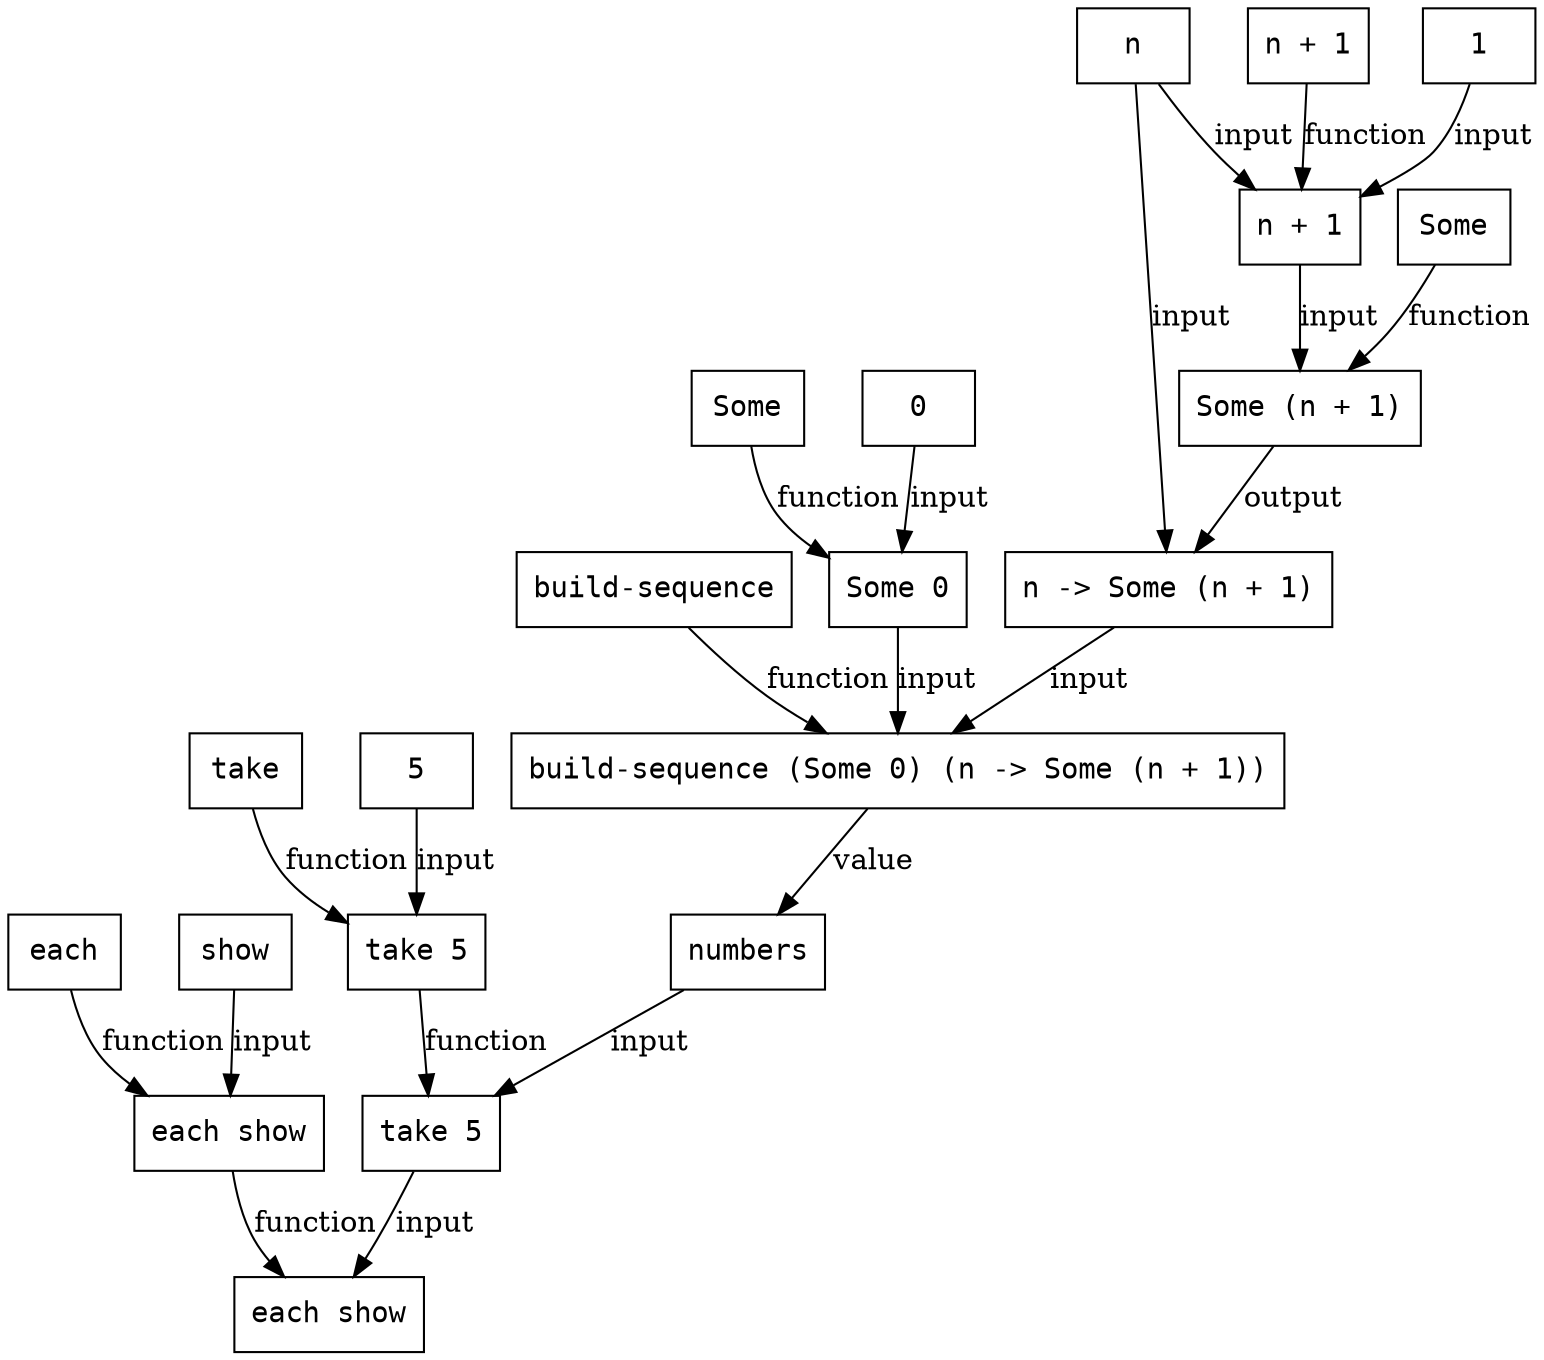
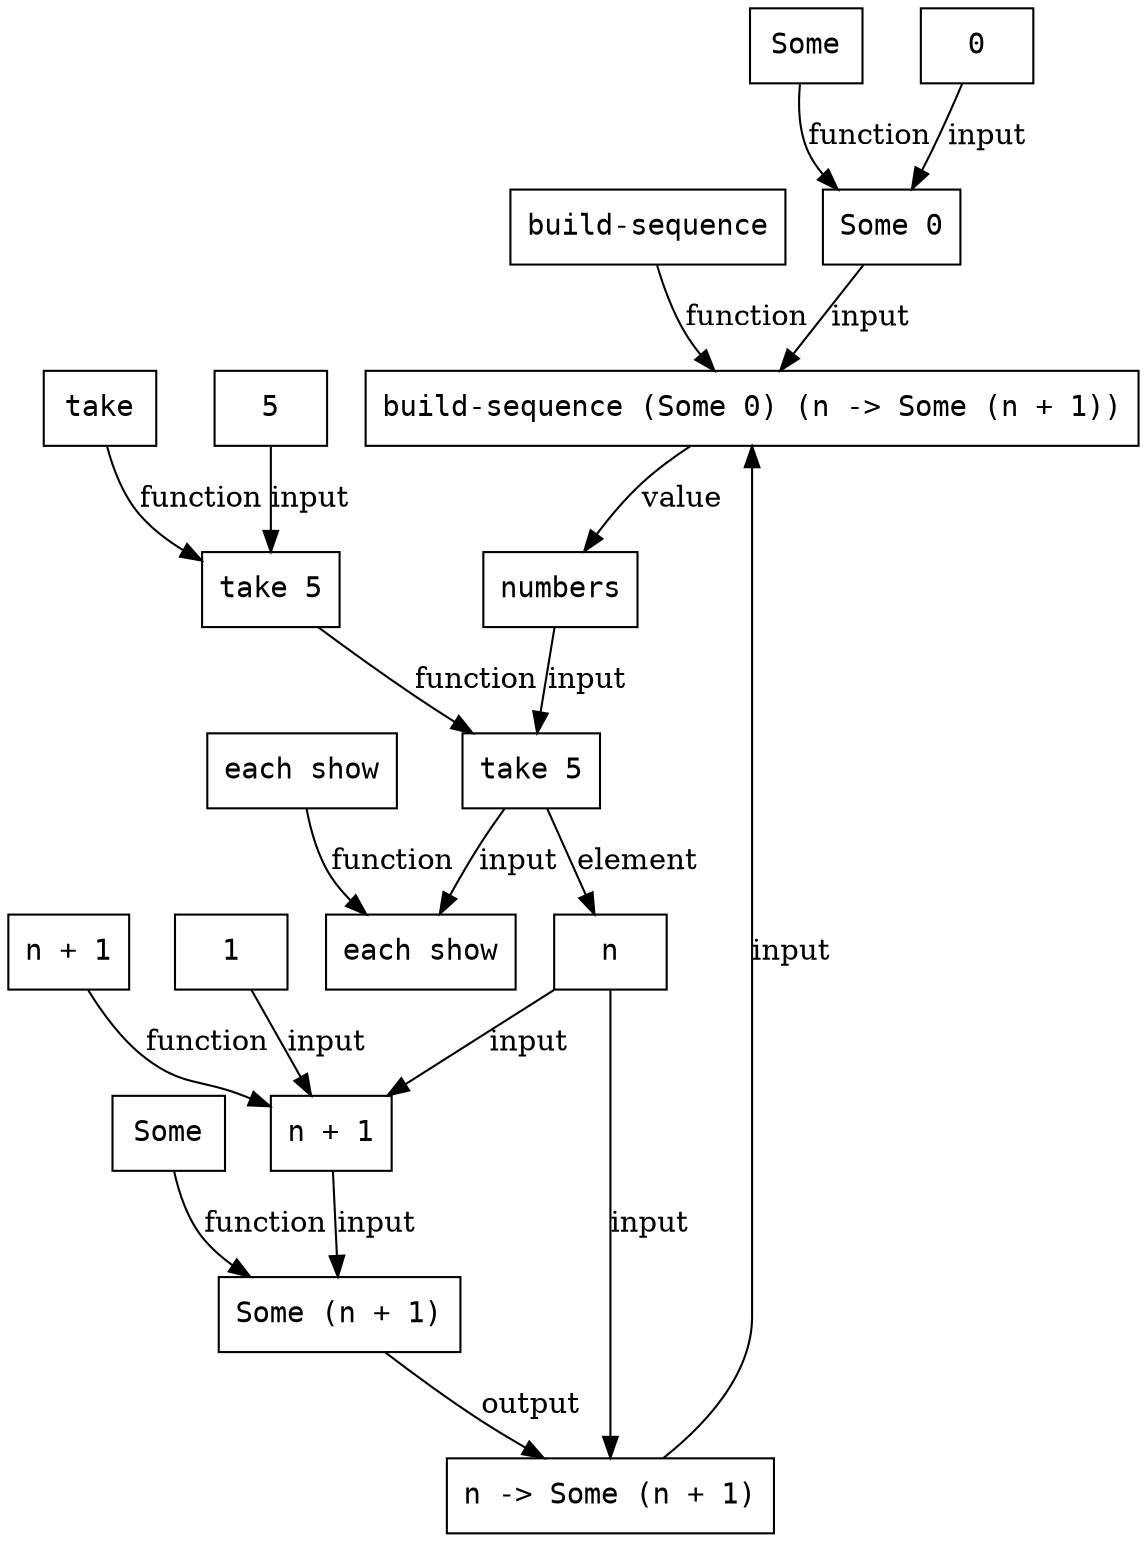
digraph G {
  node [shape=box, fontname=monospace]
  node_2_4 [label="build-sequence (Some 0) (n -> Some (n + 1))"]
  node_2_5 [label="build-sequence"]
  node_2_6 [label="Some 0"]
  node_2_7 [label="Some"]
  node_2_10 [label="0"]
  node_2_12 [label="n -> Some (n + 1)"]
  node_2_13 [label="n"]
  node_2_14 [label="Some (n + 1)"]
  node_2_15 [label="Some"]
  node_2_19 [label="n + 1"]
  node_2_20 [label="n + 1"]
  node_2_22 [label="1"]
  node_2_24 [label="numbers"]
  node_2_26 [label="each show"]
  node_2_28 [label="each show"]
-   node_2_29 [label="each"]
-   node_2_30 [label="show"]
  node_2_31 [label="take 5"]
  node_2_33 [label="take 5"]
  node_2_34 [label="take"]
  node_2_35 [label="5"]
  node_2_4 -> node_2_24 [label="value"]
  node_2_5 -> node_2_4 [label="function"]
  node_2_6 -> node_2_4 [label="input"]
  node_2_7 -> node_2_6 [label="function"]
  node_2_10 -> node_2_6 [label="input"]
  node_2_12 -> node_2_4 [label="input"]
  node_2_13 -> node_2_12 [label="input"]
  node_2_13 -> node_2_19 [label="input"]
  node_2_14 -> node_2_12 [label="output"]
  node_2_15 -> node_2_14 [label="function"]
  node_2_19 -> node_2_14 [label="input"]
  node_2_20 -> node_2_19 [label="function"]
  node_2_22 -> node_2_19 [label="input"]
  node_2_24 -> node_2_31 [label="input"]
  node_2_28 -> node_2_26 [label="function"]
-   node_2_29 -> node_2_28 [label="function"]
-   node_2_30 -> node_2_28 [label="input"]
+   node_2_31 -> node_2_13 [label="element"]
  node_2_31 -> node_2_26 [label="input"]
  node_2_33 -> node_2_31 [label="function"]
  node_2_34 -> node_2_33 [label="function"]
  node_2_35 -> node_2_33 [label="input"]
}
